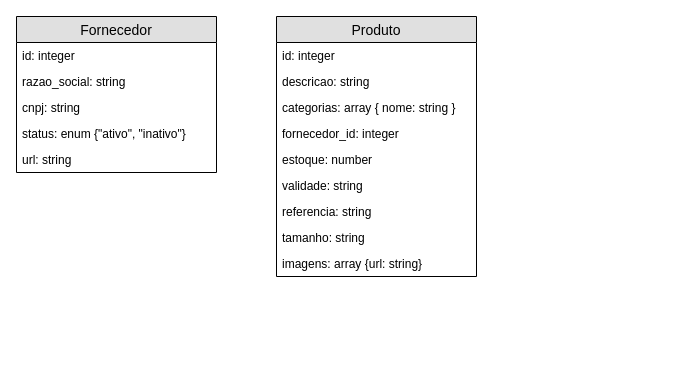
Before: page "Modelo de Dados" (3 of 3) of doc/sistema-drop-shipping-com-gateway.drawio in caiosduarte/aws-montagem-exibicao-catalogo, a draw.io diagram. Source tidied: cells renumbered, new cells numbered last; positions are measured from the earlier drawing's top-left corner, leaving out a move shared by most shapes. Both pictures are drawn from the tidied source at 100%, with x=0, y=0 at pixel (16, 16).
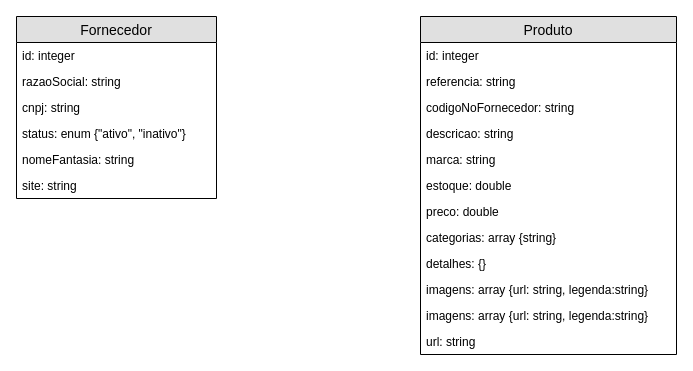
Above is the later version.

Diff of the diagram source:
```diff
@@
     <mxCell id="2" value="Fornecedor" style="swimlane;fontStyle=0;horizontal=1;startSize=26;fillColor=#e0e0e0;swimlaneFillColor=#ffffff;align=center;fontSize=14;" parent="1" vertex="1">
-      <mxGeometry width="200" height="156" as="geometry" />
+      <mxGeometry width="200" height="182" as="geometry" />
     </mxCell>
@@
-    <mxCell id="4" value="razao_social: string" style="text;strokeColor=none;fillColor=none;spacingLeft=4;spacingRight=4;overflow=hidden;fontSize=12;" parent="2" vertex="1">
+    <mxCell id="4" value="razaoSocial: string" style="text;strokeColor=none;fillColor=none;spacingLeft=4;spacingRight=4;overflow=hidden;fontSize=12;" parent="2" vertex="1">
       <mxGeometry y="52" width="200" height="26" as="geometry" />
     </mxCell>
@@
-    <mxCell id="7" value="url: string&#10;" style="text;strokeColor=none;fillColor=none;spacingLeft=4;spacingRight=4;overflow=hidden;fontSize=12;" parent="2" vertex="1">
+    <mxCell id="7" value="nomeFantasia: string&#10;" style="text;strokeColor=none;fillColor=none;spacingLeft=4;spacingRight=4;overflow=hidden;fontSize=12;" parent="2" vertex="1">
       <mxGeometry y="130" width="200" height="26" as="geometry" />
     </mxCell>
+    <mxCell id="18" value="site: string&#10;" style="text;strokeColor=none;fillColor=none;spacingLeft=4;spacingRight=4;overflow=hidden;fontSize=12;" parent="2" vertex="1">
+      <mxGeometry y="156" width="200" height="26" as="geometry" />
+    </mxCell>
     <mxCell id="8" value="Produto" style="swimlane;fontStyle=0;horizontal=1;startSize=26;fillColor=#e0e0e0;swimlaneFillColor=#ffffff;align=center;fontSize=14;" parent="1" vertex="1">
-      <mxGeometry x="260" width="200" height="260" as="geometry" />
+      <mxGeometry x="404" width="256" height="338" as="geometry" />
     </mxCell>
     <mxCell id="9" value="id: integer" style="text;strokeColor=none;fillColor=none;spacingLeft=4;spacingRight=4;overflow=hidden;fontSize=12;" parent="8" vertex="1">
-      <mxGeometry y="26" width="200" height="26" as="geometry" />
+      <mxGeometry y="26" width="256" height="26" as="geometry" />
     </mxCell>
-    <mxCell id="10" value="descricao: string" style="text;strokeColor=none;fillColor=none;spacingLeft=4;spacingRight=4;overflow=hidden;fontSize=12;" parent="8" vertex="1">
-      <mxGeometry y="52" width="200" height="26" as="geometry" />
+    <mxCell id="10" value="referencia: string" style="text;strokeColor=none;fillColor=none;spacingLeft=4;spacingRight=4;overflow=hidden;fontSize=12;" parent="8" vertex="1">
+      <mxGeometry y="52" width="256" height="26" as="geometry" />
     </mxCell>
-    <mxCell id="11" value="categorias: array { nome: string }" style="text;strokeColor=none;fillColor=none;spacingLeft=4;spacingRight=4;overflow=hidden;fontSize=12;" parent="8" vertex="1">
-      <mxGeometry y="78" width="200" height="26" as="geometry" />
+    <mxCell id="11" value="codigoNoFornecedor: string" style="text;strokeColor=none;fillColor=none;spacingLeft=4;spacingRight=4;overflow=hidden;fontSize=12;" parent="8" vertex="1">
+      <mxGeometry y="78" width="256" height="26" as="geometry" />
     </mxCell>
-    <mxCell id="12" value="fornecedor_id: integer&#10;" style="text;strokeColor=none;fillColor=none;spacingLeft=4;spacingRight=4;overflow=hidden;fontSize=12;" parent="8" vertex="1">
-      <mxGeometry y="104" width="200" height="26" as="geometry" />
+    <mxCell id="12" value="descricao: string&#10;" style="text;strokeColor=none;fillColor=none;spacingLeft=4;spacingRight=4;overflow=hidden;fontSize=12;" parent="8" vertex="1">
+      <mxGeometry y="104" width="256" height="26" as="geometry" />
     </mxCell>
-    <mxCell id="13" value="estoque: number&#10;" style="text;strokeColor=none;fillColor=none;spacingLeft=4;spacingRight=4;overflow=hidden;fontSize=12;" parent="8" vertex="1">
-      <mxGeometry y="130" width="200" height="26" as="geometry" />
+    <mxCell id="13" value="marca: string&#10;" style="text;strokeColor=none;fillColor=none;spacingLeft=4;spacingRight=4;overflow=hidden;fontSize=12;" parent="8" vertex="1">
+      <mxGeometry y="130" width="256" height="26" as="geometry" />
     </mxCell>
-    <mxCell id="14" value="validade: string&#10;&#10;" style="text;strokeColor=none;fillColor=none;spacingLeft=4;spacingRight=4;overflow=hidden;fontSize=12;" parent="8" vertex="1">
-      <mxGeometry y="156" width="200" height="26" as="geometry" />
+    <mxCell id="14" value="estoque: double&#10;&#10;" style="text;strokeColor=none;fillColor=none;spacingLeft=4;spacingRight=4;overflow=hidden;fontSize=12;" parent="8" vertex="1">
+      <mxGeometry y="156" width="256" height="26" as="geometry" />
     </mxCell>
-    <mxCell id="15" value="referencia: string&#10;&#10;" style="text;strokeColor=none;fillColor=none;spacingLeft=4;spacingRight=4;overflow=hidden;fontSize=12;" parent="8" vertex="1">
-      <mxGeometry y="182" width="200" height="26" as="geometry" />
+    <mxCell id="15" value="preco: double&#10;&#10;" style="text;strokeColor=none;fillColor=none;spacingLeft=4;spacingRight=4;overflow=hidden;fontSize=12;" parent="8" vertex="1">
+      <mxGeometry y="182" width="256" height="26" as="geometry" />
     </mxCell>
-    <mxCell id="16" value="tamanho: string&#10;&#10;" style="text;strokeColor=none;fillColor=none;spacingLeft=4;spacingRight=4;overflow=hidden;fontSize=12;" parent="8" vertex="1">
-      <mxGeometry y="208" width="200" height="26" as="geometry" />
+    <mxCell id="16" value="categorias: array {string}&#10;&#10;" style="text;strokeColor=none;fillColor=none;spacingLeft=4;spacingRight=4;overflow=hidden;fontSize=12;" parent="8" vertex="1">
+      <mxGeometry y="208" width="256" height="26" as="geometry" />
     </mxCell>
-    <mxCell id="17" value="imagens: array {url: string}&#10;" style="text;strokeColor=none;fillColor=none;spacingLeft=4;spacingRight=4;overflow=hidden;fontSize=12;" parent="8" vertex="1">
-      <mxGeometry y="234" width="200" height="26" as="geometry" />
+    <mxCell id="17" value="detalhes: {}&#10;" style="text;strokeColor=none;fillColor=none;spacingLeft=4;spacingRight=4;overflow=hidden;fontSize=12;" parent="8" vertex="1">
+      <mxGeometry y="234" width="256" height="26" as="geometry" />
     </mxCell>
+    <mxCell id="19" value="imagens: array {url: string, legenda:string}&#10;" style="text;strokeColor=none;fillColor=none;spacingLeft=4;spacingRight=4;overflow=hidden;fontSize=12;" parent="8" vertex="1">
+      <mxGeometry y="260" width="256" height="26" as="geometry" />
+    </mxCell>
+    <mxCell id="20" value="imagens: array {url: string, legenda:string}&#10;" style="text;strokeColor=none;fillColor=none;spacingLeft=4;spacingRight=4;overflow=hidden;fontSize=12;" parent="8" vertex="1">
+      <mxGeometry y="286" width="256" height="26" as="geometry" />
+    </mxCell>
+    <mxCell id="21" value="url: string" style="text;strokeColor=none;fillColor=none;spacingLeft=4;spacingRight=4;overflow=hidden;fontSize=12;" parent="8" vertex="1">
+      <mxGeometry y="312" width="256" height="26" as="geometry" />
+    </mxCell>
```
